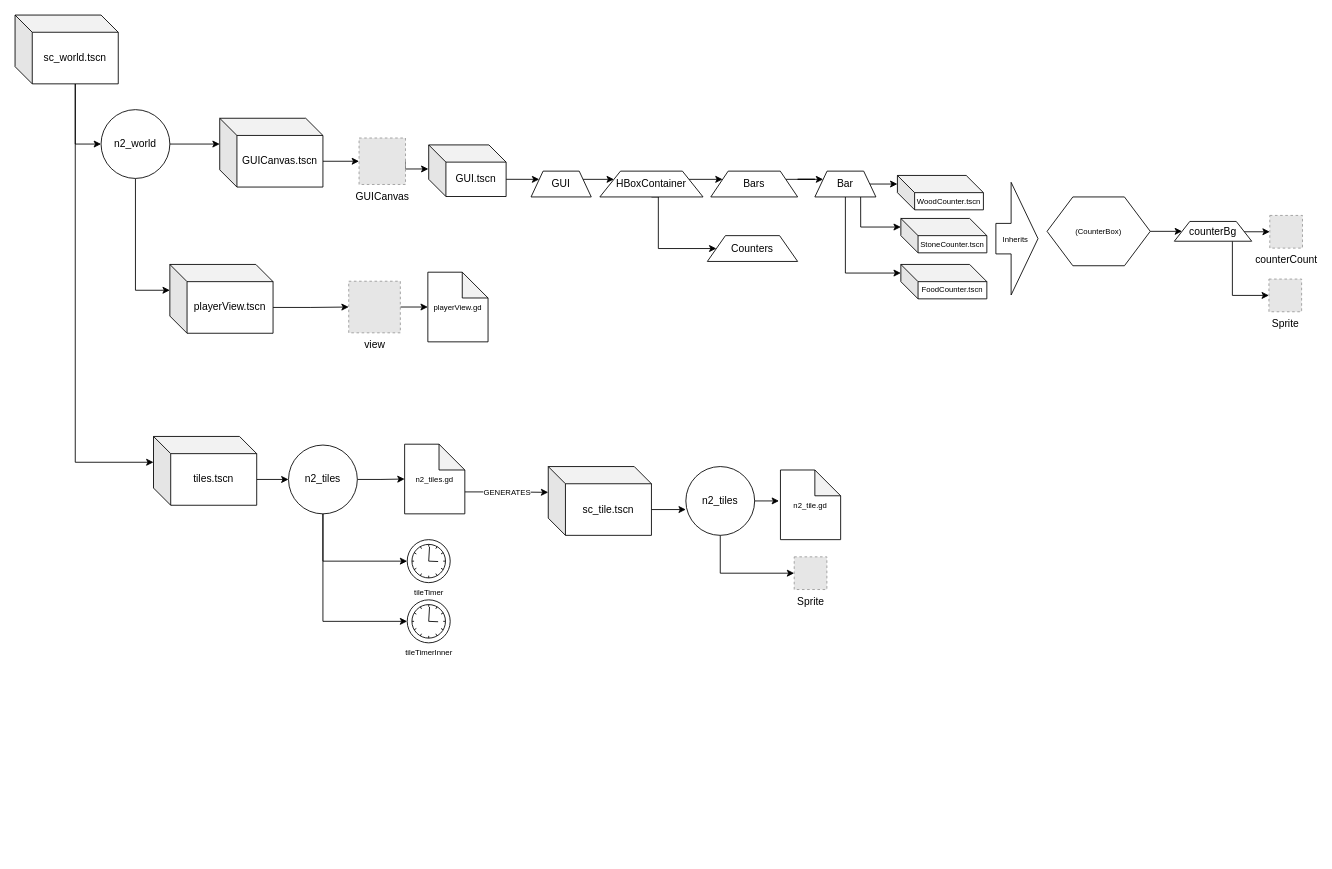
JamCamAbreu/AemonsNook keeps this draw.io diagram as Design/AemonsNook.drawio. Above is the earlier version. Source tidied: cells renumbered, new cells numbered last; positions are measured from the earlier drawing's top-left corner, leaving out a move shared by most shapes. Both pictures are drawn from the tidied source at 86%, with x=0, y=0 at pixel (15, 15). Pictures stored in the file or linked from it are replaced by grey dashed boxes.
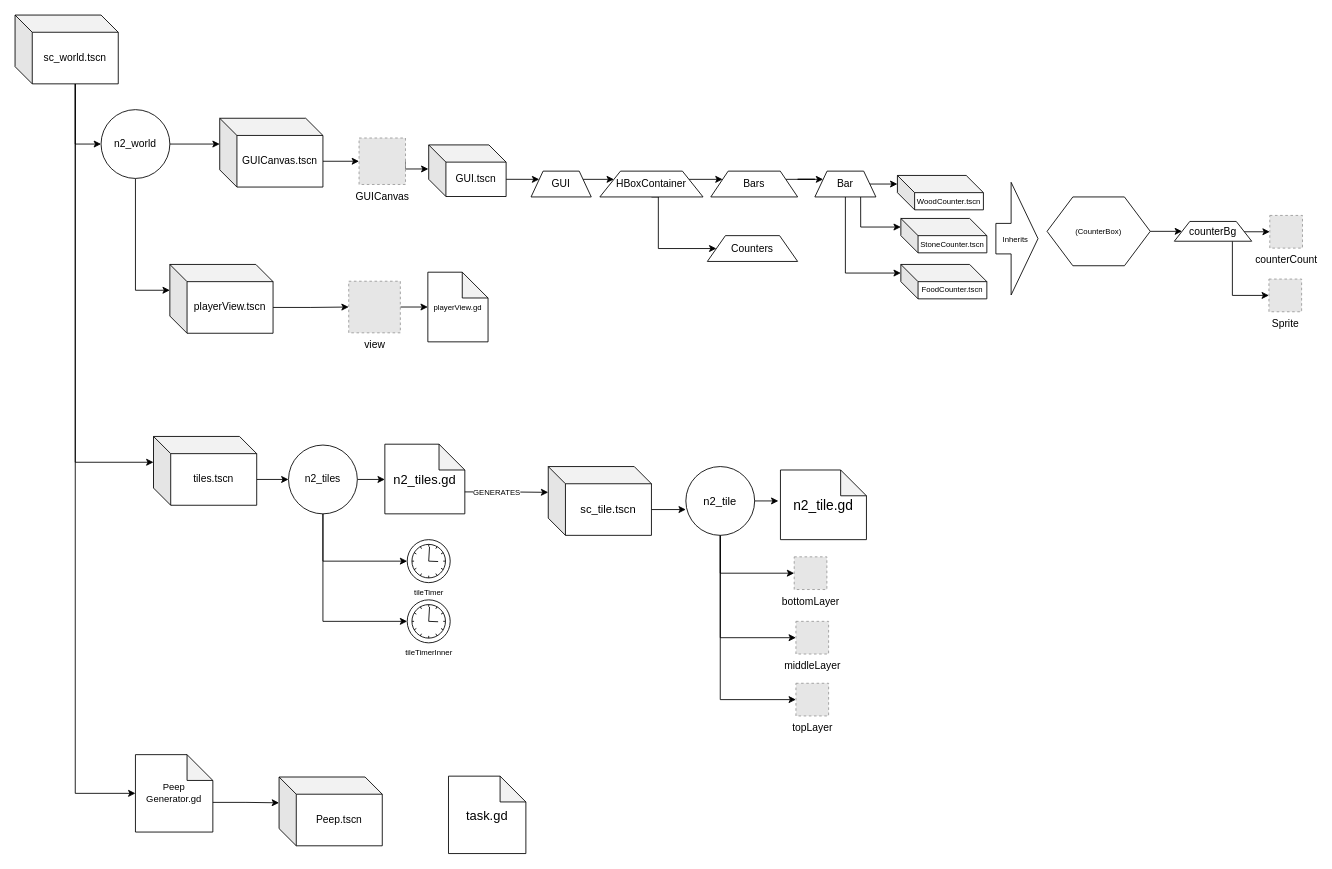
The same page after the edit.

Unchanged cells that the change refers to:
```xml
<mxCell id="35" value="sc_world.tscn" style="shape=cube;whiteSpace=wrap;html=1;boundedLbl=1;backgroundOutline=1;darkOpacity=0.05;darkOpacity2=0.1;" parent="1" vertex="1">
  <mxGeometry width="120" height="80" as="geometry" />
</mxCell>
```

Change to the diagram source:
```diff
@@
-    <mxCell id="32" value="&lt;font style=&quot;font-size: 9px&quot;&gt;n2_tiles.gd&lt;/font&gt;" style="shape=note;whiteSpace=wrap;html=1;backgroundOutline=1;darkOpacity=0.05;size=30;" parent="1" vertex="1">
-      <mxGeometry x="453" y="499" width="70" height="81" as="geometry" />
+    <mxCell id="32" value="&lt;font style=&quot;font-size: 15px;&quot;&gt;n2_tiles.gd&lt;/font&gt;" style="shape=note;whiteSpace=wrap;html=1;backgroundOutline=1;darkOpacity=0.05;size=30;fontSize=15;" parent="1" vertex="1">
+      <mxGeometry x="430" y="499" width="93" height="81" as="geometry" />
     </mxCell>
@@
+    <mxCell id="60" style="edgeStyle=orthogonalEdgeStyle;rounded=0;jettySize=auto;html=1;exitX=0;exitY=0;exitDx=70;exitDy=80;exitPerimeter=0;entryX=0;entryY=0.5;entryDx=0;entryDy=0;entryPerimeter=0;fontSize=11;" parent="1" edge="1" source="35" target="65">
+      <mxGeometry relative="1" as="geometry" />
+    </mxCell>
@@
-    <mxCell id="52" value="sc_tile.tscn" style="shape=cube;whiteSpace=wrap;html=1;boundedLbl=1;backgroundOutline=1;darkOpacity=0.05;darkOpacity2=0.1;" parent="1" vertex="1">
+    <mxCell id="52" value="sc_tile.tscn" style="shape=cube;whiteSpace=wrap;html=1;boundedLbl=1;backgroundOutline=1;darkOpacity=0.05;darkOpacity2=0.1;fontSize=13;" parent="1" vertex="1">
       <mxGeometry x="620" y="525" width="120" height="80" as="geometry" />
     </mxCell>
-    <mxCell id="53" value="&lt;font style=&quot;font-size: 9px&quot;&gt;n2_tile.gd&lt;/font&gt;" style="shape=note;whiteSpace=wrap;html=1;backgroundOutline=1;darkOpacity=0.05;size=30;" parent="1" vertex="1">
-      <mxGeometry x="890" y="529" width="70" height="81" as="geometry" />
+    <mxCell id="53" value="&lt;font style=&quot;font-size: 16px;&quot;&gt;n2_tile.gd&lt;/font&gt;" style="shape=note;whiteSpace=wrap;html=1;backgroundOutline=1;darkOpacity=0.05;size=30;fontSize=16;" parent="1" vertex="1">
+      <mxGeometry x="890" y="529" width="100" height="81" as="geometry" />
     </mxCell>
@@
+    <mxCell id="61" style="edgeStyle=orthogonalEdgeStyle;rounded=0;jettySize=auto;html=1;exitX=0.5;exitY=1;exitDx=0;exitDy=0;entryX=0;entryY=0.5;entryDx=0;entryDy=0;fontSize=15;" parent="1" edge="1" source="56" target="67">
+      <mxGeometry relative="1" as="geometry" />
+    </mxCell>
+    <mxCell id="62" style="edgeStyle=orthogonalEdgeStyle;rounded=0;jettySize=auto;html=1;exitX=0.5;exitY=1;exitDx=0;exitDy=0;entryX=0;entryY=0.5;entryDx=0;entryDy=0;fontSize=15;" parent="1" edge="1" source="56" target="68">
+      <mxGeometry relative="1" as="geometry" />
+    </mxCell>
-    <mxCell id="56" value="n2_tiles" style="ellipse;whiteSpace=wrap;html=1;" parent="1" vertex="1">
+    <mxCell id="56" value="n2_tile" style="ellipse;whiteSpace=wrap;html=1;fontSize=13;" parent="1" vertex="1">
       <mxGeometry x="780" y="525" width="80" height="80" as="geometry" />
     </mxCell>
-    <mxCell id="57" value="Sprite" style="fillColor=#E6E6E6;strokeColor=#999999;dashed=1;html=1;verticalAlign=top;verticalLabelPosition=bottom;labelBackgroundColor=#ffffff;" parent="1" vertex="1">
+    <mxCell id="57" value="bottomLayer" style="fillColor=#E6E6E6;strokeColor=#999999;dashed=1;html=1;verticalAlign=top;verticalLabelPosition=bottom;labelBackgroundColor=#ffffff;" parent="1" vertex="1">
       <mxGeometry x="906" y="630" width="38" height="38" as="geometry" />
     </mxCell>
@@
+    <mxCell id="63" value="Peep.tscn" style="shape=cube;whiteSpace=wrap;html=1;boundedLbl=1;backgroundOutline=1;darkOpacity=0.05;darkOpacity2=0.1;" parent="1" vertex="1">
+      <mxGeometry x="307" y="886" width="120" height="80" as="geometry" />
+    </mxCell>
+    <mxCell id="64" style="edgeStyle=orthogonalEdgeStyle;rounded=0;jettySize=auto;html=1;exitX=0;exitY=0;exitDx=70;exitDy=55.5;exitPerimeter=0;entryX=0;entryY=0;entryDx=0;entryDy=30;entryPerimeter=0;fontSize=11;" parent="1" edge="1" source="65" target="63">
+      <mxGeometry relative="1" as="geometry" />
+    </mxCell>
+    <mxCell id="65" value="&lt;font style=&quot;font-size: 11px;&quot;&gt;Peep&lt;br style=&quot;font-size: 11px;&quot;&gt;Generator.gd&lt;br style=&quot;font-size: 11px;&quot;&gt;&lt;/font&gt;" style="shape=note;whiteSpace=wrap;html=1;backgroundOutline=1;darkOpacity=0.05;size=30;fontSize=11;" parent="1" vertex="1">
+      <mxGeometry x="140" y="860" width="90" height="90" as="geometry" />
+    </mxCell>
+    <mxCell id="66" value="&lt;font style=&quot;font-size: 15px;&quot;&gt;task.gd&lt;br style=&quot;font-size: 15px;&quot;&gt;&lt;/font&gt;" style="shape=note;whiteSpace=wrap;html=1;backgroundOutline=1;darkOpacity=0.05;size=30;fontSize=15;" parent="1" vertex="1">
+      <mxGeometry x="504" y="885" width="90" height="90" as="geometry" />
+    </mxCell>
+    <mxCell id="67" value="middleLayer" style="fillColor=#E6E6E6;strokeColor=#999999;dashed=1;html=1;verticalAlign=top;verticalLabelPosition=bottom;labelBackgroundColor=#ffffff;" parent="1" vertex="1">
+      <mxGeometry x="908" y="705" width="38" height="38" as="geometry" />
+    </mxCell>
+    <mxCell id="68" value="topLayer" style="fillColor=#E6E6E6;strokeColor=#999999;dashed=1;html=1;verticalAlign=top;verticalLabelPosition=bottom;labelBackgroundColor=#ffffff;" parent="1" vertex="1">
+      <mxGeometry x="908" y="777" width="38" height="38" as="geometry" />
+    </mxCell>
```
